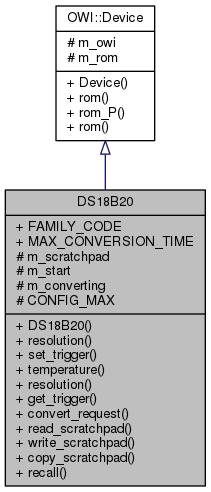
This is Arduino-OWI/d8/d99/classDS18B20__inherit__graph.png from mikaelpatel/mikaelpatel.github.io, a Graphviz export, as it was before one commit. Its source is kept beside it as Arduino-OWI/d8/d99/classDS18B20__inherit__graph.dot.
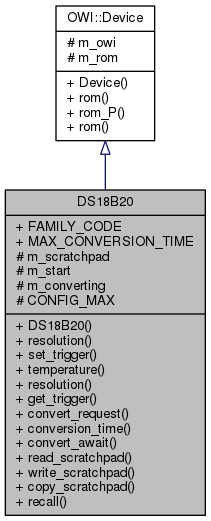
After the change.

Diff of the diagram source:
```diff
@@ -2,7 +2,7 @@
 {
   edge [fontname="Helvetica",fontsize="10",labelfontname="Helvetica",labelfontsize="10"];
   node [fontname="Helvetica",fontsize="10",shape=record];
-  Node1 [label="{DS18B20\n|+ FAMILY_CODE\l+ MAX_CONVERSION_TIME\l# m_scratchpad\l# m_start\l# m_converting\l# CONFIG_MAX\l|+ DS18B20()\l+ resolution()\l+ set_trigger()\l+ temperature()\l+ resolution()\l+ get_trigger()\l+ convert_request()\l+ read_scratchpad()\l+ write_scratchpad()\l+ copy_scratchpad()\l+ recall()\l}",height=0.2,width=0.4,color="black", fillcolor="grey75", style="filled", fontcolor="black"];
+  Node1 [label="{DS18B20\n|+ FAMILY_CODE\l+ MAX_CONVERSION_TIME\l# m_scratchpad\l# m_start\l# m_converting\l# CONFIG_MAX\l|+ DS18B20()\l+ resolution()\l+ set_trigger()\l+ temperature()\l+ resolution()\l+ get_trigger()\l+ convert_request()\l+ conversion_time()\l+ convert_await()\l+ read_scratchpad()\l+ write_scratchpad()\l+ copy_scratchpad()\l+ recall()\l}",height=0.2,width=0.4,color="black", fillcolor="grey75", style="filled", fontcolor="black"];
   Node2 -> Node1 [dir="back",color="midnightblue",fontsize="10",style="solid",arrowtail="onormal",fontname="Helvetica"];
   Node2 [label="{OWI::Device\n|# m_owi\l# m_rom\l|+ Device()\l+ rom()\l+ rom_P()\l+ rom()\l}",height=0.2,width=0.4,color="black", fillcolor="white", style="filled",URL="$d0/d7f/classOWI_1_1Device.html"];
 }
```
